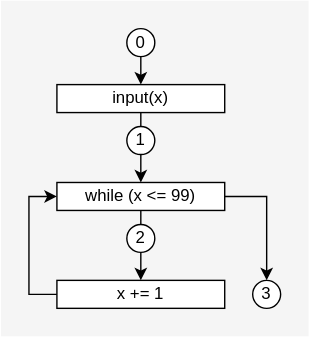
sinotca529/glab_seminar keeps this draw.io diagram as src/slides/isa_4/fig/ex4.1.drawio.svg. Above is the earlier version. Source tidied: cells renumbered, new cells last; positions are measured from the earlier drawing's top-left corner, leaving out a move shared by most shapes.
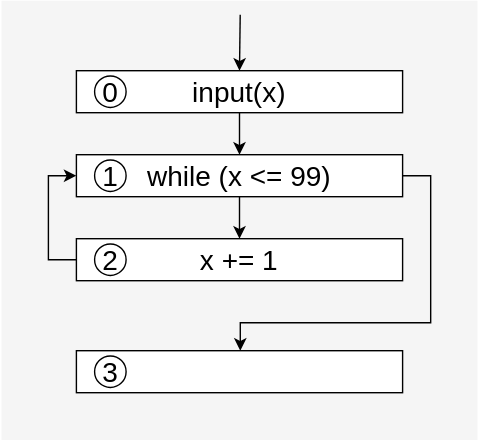
The same diagram one commit later.

Change to the diagram source:
```diff
@@ -3,43 +3,54 @@
     <mxCell id="0" />
     <mxCell id="1" parent="0" />
     <mxCell id="2" style="rounded=0;whiteSpace=wrap;html=1;fillColor=#f5f5f5;fontColor=#333333;strokeColor=none;" parent="1" vertex="1">
-      <mxGeometry width="220" height="240" as="geometry" />
+      <mxGeometry x="283.5" y="30" width="340" height="313.8" as="geometry" />
     </mxCell>
-    <mxCell id="3" style="edgeStyle=orthogonalEdgeStyle;rounded=0;jettySize=auto;html=1;exitX=0.5;exitY=1;exitDx=0;exitDy=0;entryX=0.5;entryY=0;entryDx=0;entryDy=0;" parent="1" edge="1" source="4" target="6">
-      <mxGeometry relative="1" as="geometry" />
-    </mxCell>
-    <mxCell id="4" value="0" style="ellipse;whiteSpace=wrap;html=1;" parent="1" vertex="1">
-      <mxGeometry x="90" y="20" width="20" height="20" as="geometry" />
-    </mxCell>
     <mxCell id="5" style="edgeStyle=orthogonalEdgeStyle;rounded=0;jettySize=auto;html=1;exitX=0.5;exitY=1;exitDx=0;exitDy=0;entryX=0.5;entryY=0;entryDx=0;entryDy=0;" parent="1" edge="1" source="6" target="10">
       <mxGeometry relative="1" as="geometry" />
     </mxCell>
-    <mxCell id="6" value="input(x)" style="rounded=0;whiteSpace=wrap;html=1;" parent="1" vertex="1">
-      <mxGeometry x="40" y="60" width="120" height="20" as="geometry" />
+    <mxCell id="6" value="&lt;font style=&quot;font-size: 20px&quot;&gt;input(x)&lt;/font&gt;" style="rounded=0;whiteSpace=wrap;html=1;" parent="1" vertex="1">
+      <mxGeometry x="337" y="80" width="233" height="30" as="geometry" />
     </mxCell>
-    <mxCell id="7" value="1" style="ellipse;whiteSpace=wrap;html=1;" parent="1" vertex="1">
-      <mxGeometry x="90" y="90" width="20" height="20" as="geometry" />
-    </mxCell>
     <mxCell id="8" style="edgeStyle=orthogonalEdgeStyle;rounded=0;jettySize=auto;html=1;exitX=0.5;exitY=1;exitDx=0;exitDy=0;entryX=0.5;entryY=0;entryDx=0;entryDy=0;" parent="1" edge="1" source="10" target="13">
       <mxGeometry relative="1" as="geometry" />
     </mxCell>
-    <mxCell id="9" style="edgeStyle=orthogonalEdgeStyle;rounded=0;jettySize=auto;html=1;exitX=1;exitY=0.5;exitDx=0;exitDy=0;entryX=0.5;entryY=0;entryDx=0;entryDy=0;" parent="1" edge="1" source="10" target="14">
-      <mxGeometry relative="1" as="geometry" />
-    </mxCell>
+    <mxCell id="15" style="edgeStyle=orthogonalEdgeStyle;rounded=0;jettySize=auto;html=1;exitX=1;exitY=0.5;exitDx=0;exitDy=0;" parent="1" edge="1" source="10" target="16">
+      <mxGeometry relative="1" as="geometry">
+        <Array as="points">
+          <mxPoint x="590" y="155" />
+          <mxPoint x="590" y="260" />
+          <mxPoint x="454" y="260" />
+        </Array>
+      </mxGeometry>
+    </mxCell>
-    <mxCell id="10" value="while (x &amp;lt;= 99)" style="rounded=0;whiteSpace=wrap;html=1;" parent="1" vertex="1">
-      <mxGeometry x="40" y="130" width="120" height="20" as="geometry" />
+    <mxCell id="10" value="&lt;font style=&quot;font-size: 20px&quot;&gt;while (x &amp;lt;= 99)&lt;/font&gt;" style="rounded=0;whiteSpace=wrap;html=1;" parent="1" vertex="1">
+      <mxGeometry x="337" y="140" width="233" height="30" as="geometry" />
     </mxCell>
-    <mxCell id="11" value="2" style="ellipse;whiteSpace=wrap;html=1;" parent="1" vertex="1">
-      <mxGeometry x="90" y="160" width="20" height="20" as="geometry" />
-    </mxCell>
     <mxCell id="12" style="edgeStyle=orthogonalEdgeStyle;rounded=0;jettySize=auto;html=1;exitX=0;exitY=0.5;exitDx=0;exitDy=0;entryX=0;entryY=0.5;entryDx=0;entryDy=0;" parent="1" edge="1" source="13" target="10">
       <mxGeometry relative="1" as="geometry" />
     </mxCell>
-    <mxCell id="13" value="x += 1" style="rounded=0;whiteSpace=wrap;html=1;" parent="1" vertex="1">
-      <mxGeometry x="40" y="200" width="120" height="20" as="geometry" />
+    <mxCell id="13" value="&lt;font style=&quot;font-size: 20px&quot;&gt;x += 1&lt;/font&gt;" style="rounded=0;whiteSpace=wrap;html=1;" parent="1" vertex="1">
+      <mxGeometry x="337" y="200" width="233" height="30" as="geometry" />
     </mxCell>
+    <mxCell id="4" value="&lt;font style=&quot;font-size: 20px&quot;&gt;0&lt;/font&gt;" style="ellipse;whiteSpace=wrap;html=1;" parent="1" vertex="1">
+      <mxGeometry x="350" y="83.8" width="22.5" height="22.5" as="geometry" />
+    </mxCell>
+    <mxCell id="7" value="&lt;font style=&quot;font-size: 20px&quot;&gt;1&lt;/font&gt;" style="ellipse;whiteSpace=wrap;html=1;" parent="1" vertex="1">
+      <mxGeometry x="350" y="143.8" width="22.5" height="22.5" as="geometry" />
+    </mxCell>
+    <mxCell id="11" value="&lt;font style=&quot;font-size: 20px&quot;&gt;2&lt;/font&gt;" style="ellipse;whiteSpace=wrap;html=1;" parent="1" vertex="1">
+      <mxGeometry x="350" y="203.8" width="22.5" height="22.5" as="geometry" />
+    </mxCell>
+    <mxCell id="16" style="rounded=0;whiteSpace=wrap;html=1;" parent="1" vertex="1">
+      <mxGeometry x="337" y="280" width="233" height="30" as="geometry" />
+    </mxCell>
-    <mxCell id="14" value="3" style="ellipse;whiteSpace=wrap;html=1;" parent="1" vertex="1">
-      <mxGeometry x="180" y="200" width="20" height="20" as="geometry" />
+    <mxCell id="14" value="&lt;font style=&quot;font-size: 20px&quot;&gt;3&lt;/font&gt;" style="ellipse;whiteSpace=wrap;html=1;" parent="1" vertex="1">
+      <mxGeometry x="350" y="283.8" width="22.5" height="22.5" as="geometry" />
     </mxCell>
+    <mxCell id="17" style="endArrow=classic;html=1;entryX=0.5;entryY=0;entryDx=0;entryDy=0;" parent="1" edge="1" target="6">
+      <mxGeometry relative="1" as="geometry">
+        <mxPoint x="454" y="40" as="sourcePoint" />
+      </mxGeometry>
+    </mxCell>
   </root>
 </mxGraphModel>
```
